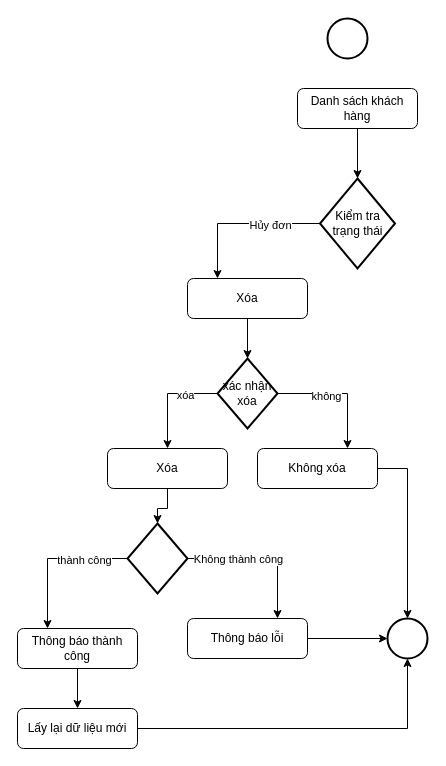
Earlier version of the draw.io diagram donhang/Khachhang-Trangthaidrawio.drawio (duongquocvu0411/CDSG-CNPM). Source tidied: cells renumbered, new cells numbered last; positions are measured from the earlier drawing's top-left corner, leaving out a move shared by most shapes. Both pictures are drawn from the tidied source at 100%, with x=0, y=0 at pixel (17, 18).
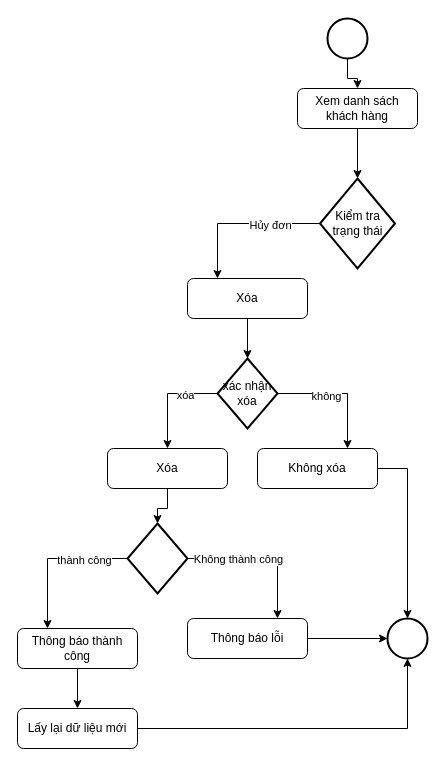
Above is the later version.

Unchanged cells that the change refers to:
```xml
<mxCell id="4" style="strokeWidth=2;html=1;shape=mxgraph.flowchart.start_2;whiteSpace=wrap;" parent="1" vertex="1">
  <mxGeometry x="310" width="40" height="40" as="geometry" />
</mxCell>
```

Change to the diagram source:
```diff
@@
-    <mxCell id="3" value="Danh sách khách hàng" style="rounded=1;whiteSpace=wrap;html=1;fontSize=12;glass=0;strokeWidth=1;shadow=0;" parent="1" vertex="1">
+    <mxCell id="3" value="Xem danh sách khách hàng" style="rounded=1;whiteSpace=wrap;html=1;fontSize=12;glass=0;strokeWidth=1;shadow=0;" parent="1" vertex="1">
       <mxGeometry x="280" y="70" width="120" height="40" as="geometry" />
     </mxCell>
+    <mxCell id="31" style="edgeStyle=orthogonalEdgeStyle;rounded=0;jettySize=auto;html=1;" parent="1" edge="1" source="4" target="3">
+      <mxGeometry relative="1" as="geometry" />
+    </mxCell>
```
